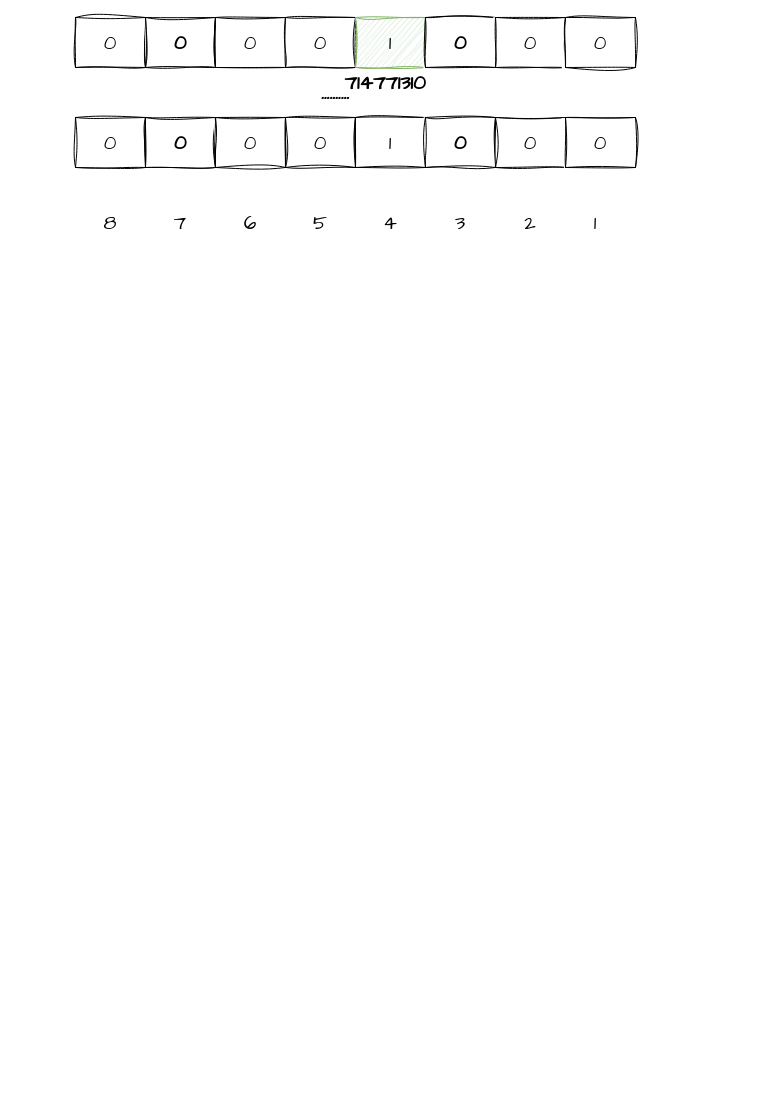
The draw.io diagram 未命名绘图.drawio in codingpaidaxing/draw, before the edit. Source tidied: cells renumbered, new cells numbered last; positions are measured from the earlier drawing's top-left corner, leaving out a move shared by most shapes. Both pictures are drawn from the tidied source at 100%, with x=0, y=0 at pixel (75, 17).
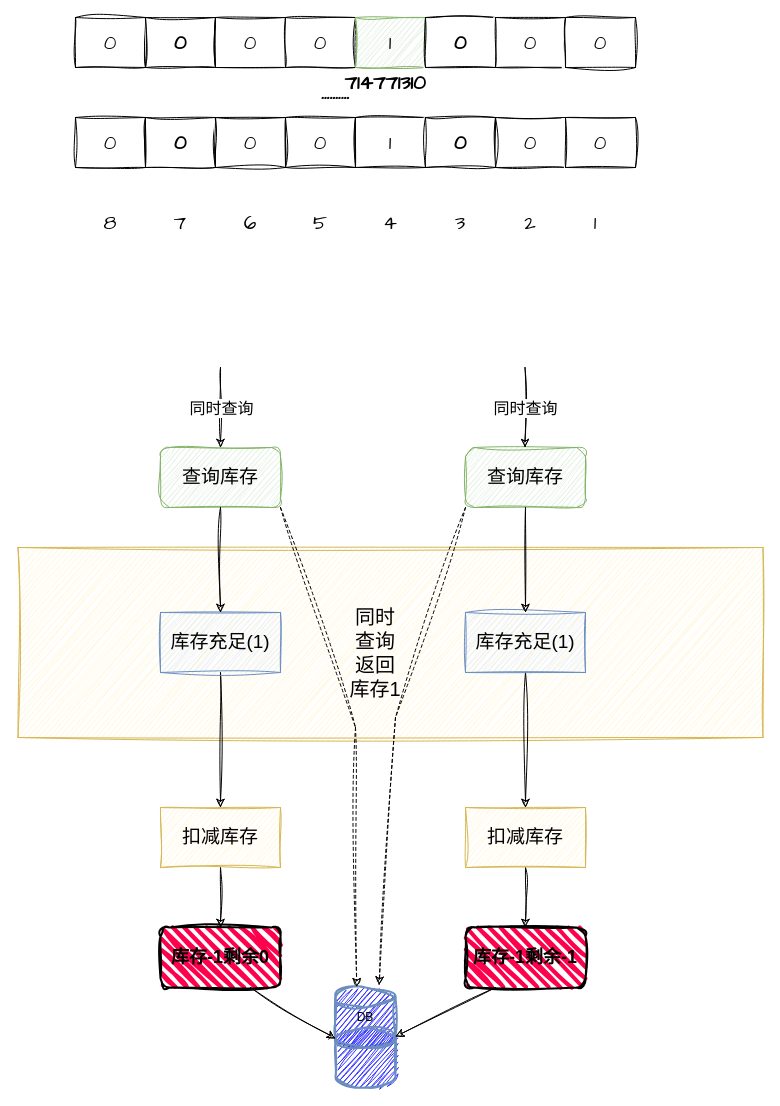
After the change.

What changed in the source:
```diff
@@
+    <mxCell id="28" value="&lt;span style=&quot;font-size: 19px;&quot;&gt;查询库存&lt;/span&gt;" style="rounded=1;whiteSpace=wrap;html=1;sketch=1;hachureGap=4;jiggle=2;curveFitting=1;fillColor=#d5e8d4;strokeColor=#82b366;" parent="1" vertex="1">
+      <mxGeometry x="85" y="430" width="120" height="60" as="geometry" />
+    </mxCell>
+    <mxCell id="29" value="&lt;span style=&quot;font-size: 19px;&quot;&gt;查询库存&lt;/span&gt;" style="rounded=1;whiteSpace=wrap;html=1;sketch=1;hachureGap=4;jiggle=2;curveFitting=1;fillColor=#d5e8d4;strokeColor=#82b366;" parent="1" vertex="1">
+      <mxGeometry x="390" y="430" width="120" height="60" as="geometry" />
+    </mxCell>
+    <mxCell id="30" style="rounded=0;whiteSpace=wrap;html=1;sketch=1;hachureGap=4;jiggle=2;curveFitting=1;fillColor=#fff2cc;strokeColor=#d6b656;" parent="1" vertex="1">
+      <mxGeometry x="-57.5" y="530" width="745" height="190" as="geometry" />
+    </mxCell>
+    <mxCell id="31" style="edgeStyle=orthogonalEdgeStyle;rounded=0;sketch=1;hachureGap=4;jiggle=2;curveFitting=1;jettySize=auto;html=1;exitX=0.5;exitY=1;exitDx=0;exitDy=0;entryX=0.5;entryY=0;entryDx=0;entryDy=0;" parent="1" edge="1" source="32" target="40">
+      <mxGeometry relative="1" as="geometry" />
+    </mxCell>
+    <mxCell id="32" value="&lt;font style=&quot;font-size: 19px;&quot;&gt;库存充足(1)&lt;/font&gt;" style="rounded=0;whiteSpace=wrap;html=1;sketch=1;hachureGap=4;jiggle=2;curveFitting=1;fillColor=#dae8fc;strokeColor=#6c8ebf;" parent="1" vertex="1">
+      <mxGeometry x="85" y="595" width="120" height="60" as="geometry" />
+    </mxCell>
+    <mxCell id="33" style="edgeStyle=orthogonalEdgeStyle;rounded=0;sketch=1;hachureGap=4;jiggle=2;curveFitting=1;jettySize=auto;html=1;exitX=0.5;exitY=1;exitDx=0;exitDy=0;" parent="1" edge="1" source="34" target="42">
+      <mxGeometry relative="1" as="geometry" />
+    </mxCell>
+    <mxCell id="34" value="&lt;font style=&quot;font-size: 19px;&quot;&gt;库存充足(1)&lt;/font&gt;" style="rounded=0;whiteSpace=wrap;html=1;sketch=1;hachureGap=4;jiggle=2;curveFitting=1;fillColor=#dae8fc;strokeColor=#6c8ebf;" parent="1" vertex="1">
+      <mxGeometry x="390" y="595" width="120" height="60" as="geometry" />
+    </mxCell>
+    <mxCell id="35" style="edgeStyle=orthogonalEdgeStyle;rounded=0;sketch=1;hachureGap=4;jiggle=2;curveFitting=1;jettySize=auto;html=1;exitX=0.5;exitY=1;exitDx=0;exitDy=0;" parent="1" edge="1" source="28" target="32">
+      <mxGeometry relative="1" as="geometry" />
+    </mxCell>
+    <mxCell id="36" style="edgeStyle=orthogonalEdgeStyle;rounded=0;sketch=1;hachureGap=4;jiggle=2;curveFitting=1;jettySize=auto;html=1;exitX=0.5;exitY=1;exitDx=0;exitDy=0;" parent="1" edge="1" source="29" target="34">
+      <mxGeometry relative="1" as="geometry" />
+    </mxCell>
+    <mxCell id="37" value="DB" style="strokeWidth=2;html=1;shape=mxgraph.flowchart.database;whiteSpace=wrap;sketch=1;hachureGap=4;jiggle=2;curveFitting=1;fillColor=#3333FF;strokeColor=#6c8ebf;" parent="1" vertex="1">
+      <mxGeometry x="260" y="970" width="60" height="60" as="geometry" />
+    </mxCell>
+    <mxCell id="38" style="strokeWidth=2;html=1;shape=mxgraph.flowchart.database;whiteSpace=wrap;sketch=1;hachureGap=4;jiggle=2;curveFitting=1;fillColor=#3333FF;strokeColor=#6c8ebf;" parent="1" vertex="1">
+      <mxGeometry x="260" y="1010" width="60" height="60" as="geometry" />
+    </mxCell>
+    <mxCell id="39" style="edgeStyle=orthogonalEdgeStyle;rounded=0;sketch=1;hachureGap=4;jiggle=2;curveFitting=1;jettySize=auto;html=1;exitX=0.5;exitY=1;exitDx=0;exitDy=0;" parent="1" edge="1" source="40" target="43">
+      <mxGeometry relative="1" as="geometry" />
+    </mxCell>
+    <mxCell id="40" value="&lt;font style=&quot;font-size: 19px;&quot;&gt;扣减库存&lt;/font&gt;" style="rounded=0;whiteSpace=wrap;html=1;sketch=1;hachureGap=4;jiggle=2;curveFitting=1;fillColor=#fff2cc;strokeColor=#d6b656;" parent="1" vertex="1">
+      <mxGeometry x="85" y="790" width="120" height="60" as="geometry" />
+    </mxCell>
+    <mxCell id="41" style="edgeStyle=orthogonalEdgeStyle;rounded=0;sketch=1;hachureGap=4;jiggle=2;curveFitting=1;jettySize=auto;html=1;exitX=0.5;exitY=1;exitDx=0;exitDy=0;" parent="1" edge="1" source="42" target="44">
+      <mxGeometry relative="1" as="geometry" />
+    </mxCell>
+    <mxCell id="42" value="&lt;font style=&quot;font-size: 19px;&quot;&gt;扣减库存&lt;/font&gt;" style="rounded=0;whiteSpace=wrap;html=1;sketch=1;hachureGap=4;jiggle=2;curveFitting=1;fillColor=#fff2cc;strokeColor=#d6b656;" parent="1" vertex="1">
+      <mxGeometry x="390" y="790" width="120" height="60" as="geometry" />
+    </mxCell>
+    <mxCell id="43" value="&lt;font style=&quot;font-size: 18px;&quot;&gt;&lt;b&gt;库存-1剩余0&lt;/b&gt;&lt;/font&gt;" style="rounded=1;whiteSpace=wrap;html=1;strokeWidth=2;fillWeight=4;hachureGap=8;hachureAngle=45;fillColor=#ff004c;sketch=1;jiggle=2;curveFitting=1;" parent="1" vertex="1">
+      <mxGeometry x="85" y="910" width="120" height="60" as="geometry" />
+    </mxCell>
+    <mxCell id="44" value="&lt;font style=&quot;font-size: 18px;&quot;&gt;&lt;b&gt;库存-1剩余-1&lt;/b&gt;&lt;/font&gt;" style="rounded=1;whiteSpace=wrap;html=1;strokeWidth=2;fillWeight=4;hachureGap=8;hachureAngle=45;fillColor=#ff004c;sketch=1;jiggle=2;curveFitting=1;" parent="1" vertex="1">
+      <mxGeometry x="390" y="910" width="120" height="60" as="geometry" />
+    </mxCell>
+    <mxCell id="45" style="rounded=0;sketch=1;hachureGap=4;jiggle=2;curveFitting=1;jettySize=auto;html=1;exitX=0.75;exitY=1;exitDx=0;exitDy=0;entryX=0;entryY=0.85;entryDx=0;entryDy=0;entryPerimeter=0;" parent="1" edge="1" source="43" target="37">
+      <mxGeometry relative="1" as="geometry" />
+    </mxCell>
+    <mxCell id="46" style="rounded=0;sketch=1;hachureGap=4;jiggle=2;curveFitting=1;jettySize=auto;html=1;exitX=0.25;exitY=1;exitDx=0;exitDy=0;entryX=1;entryY=0.15;entryDx=0;entryDy=0;entryPerimeter=0;" parent="1" edge="1" source="44" target="38">
+      <mxGeometry relative="1" as="geometry" />
+    </mxCell>
+    <mxCell id="47" style="endArrow=classic;html=1;rounded=0;sketch=1;hachureGap=4;jiggle=2;curveFitting=1;" parent="1" edge="1">
+      <mxGeometry relative="1" as="geometry">
+        <mxPoint x="145" y="350" as="sourcePoint" />
+        <mxPoint x="145" y="430" as="targetPoint" />
+      </mxGeometry>
+    </mxCell>
+    <mxCell id="48" value="&lt;font style=&quot;font-size: 16px;&quot;&gt;同时查询&lt;/font&gt;" style="edgeLabel;html=1;align=center;verticalAlign=middle;sketch=1;hachureGap=4;jiggle=2;curveFitting=1;" parent="47" vertex="1">
+      <mxGeometry relative="1" as="geometry" />
+    </mxCell>
+    <mxCell id="49" style="endArrow=classic;html=1;rounded=0;sketch=1;hachureGap=4;jiggle=2;curveFitting=1;" parent="1" edge="1">
+      <mxGeometry relative="1" as="geometry">
+        <mxPoint x="449.5" y="350" as="sourcePoint" />
+        <mxPoint x="449.5" y="430" as="targetPoint" />
+      </mxGeometry>
+    </mxCell>
+    <mxCell id="50" value="&lt;font style=&quot;font-size: 16px;&quot;&gt;同时查询&lt;/font&gt;" style="edgeLabel;html=1;align=center;verticalAlign=middle;sketch=1;hachureGap=4;jiggle=2;curveFitting=1;" parent="49" vertex="1">
+      <mxGeometry relative="1" as="geometry" />
+    </mxCell>
+    <mxCell id="51" style="rounded=0;sketch=1;hachureGap=4;jiggle=2;curveFitting=1;jettySize=auto;html=1;exitX=1;exitY=1;exitDx=0;exitDy=0;entryX=0.353;entryY=-0.013;entryDx=0;entryDy=0;entryPerimeter=0;dashed=1;" parent="1" edge="1" source="28" target="37">
+      <mxGeometry relative="1" as="geometry">
+        <Array as="points">
+          <mxPoint x="280" y="710" />
+        </Array>
+      </mxGeometry>
+    </mxCell>
+    <mxCell id="52" style="rounded=0;sketch=1;hachureGap=4;jiggle=2;curveFitting=1;jettySize=auto;html=1;exitX=0;exitY=1;exitDx=0;exitDy=0;entryX=0.727;entryY=-0.04;entryDx=0;entryDy=0;entryPerimeter=0;dashed=1;" parent="1" edge="1" source="29" target="37">
+      <mxGeometry relative="1" as="geometry">
+        <Array as="points">
+          <mxPoint x="320" y="700" />
+        </Array>
+      </mxGeometry>
+    </mxCell>
+    <mxCell id="53" value="&lt;font style=&quot;font-size: 20px;&quot;&gt;同时查询返回库存1&lt;/font&gt;" style="text;html=1;align=center;verticalAlign=middle;whiteSpace=wrap;rounded=0;" parent="1" vertex="1">
+      <mxGeometry x="270" y="620" width="60" height="30" as="geometry" />
+    </mxCell>
```
